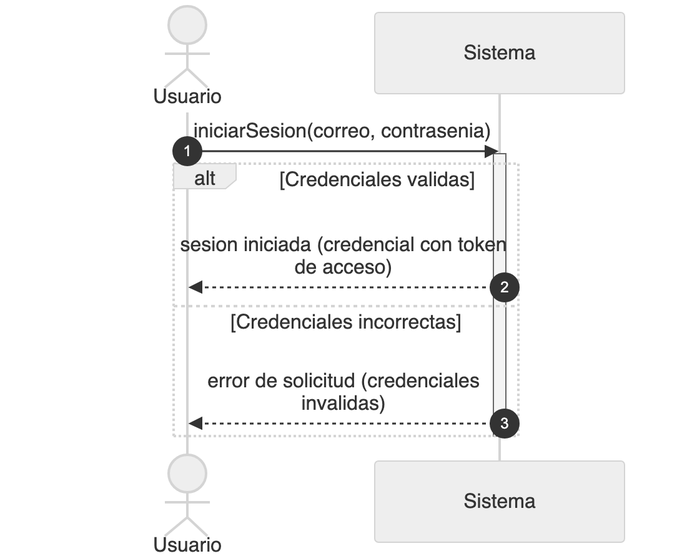
The Mermaid diagram diagramas/png/DSS_CU-001_Iniciar-Sesion.png in Nahuelito-Dev/splg-docs, before a commit. Its source is kept beside it as diagramas/DSS_CU-001_Iniciar-Sesion.mmd.
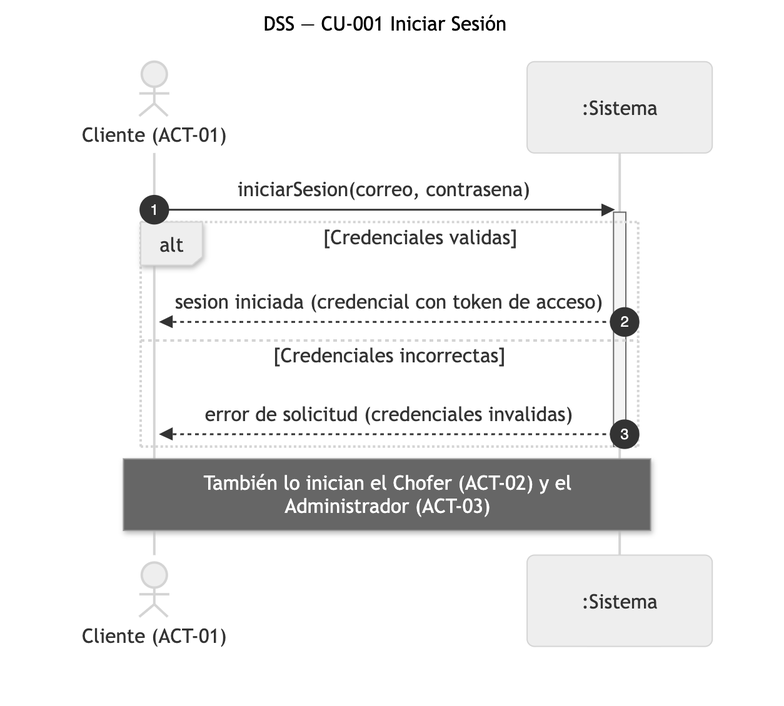
After the commit.

The edit, as a diff of the source:
```diff
@@ -1,10 +1,10 @@
 sequenceDiagram
-    title DSS — CU-001 Iniciar Sesion
+    title DSS — CU-001 Iniciar Sesión
     autonumber
-    actor USR as Usuario
-    participant SIS as Sistema
+    actor USR as Cliente (ACT-01)
+    participant SIS as :Sistema
 
-    USR->>SIS: iniciarSesion(correo, contrasenia)
+    USR->>SIS: iniciarSesion(correo, contrasena)
     activate SIS
     alt Credenciales validas
         SIS-->>USR: sesion iniciada (credencial con token de acceso)
@@ -12,3 +12,4 @@
         SIS-->>USR: error de solicitud (credenciales invalidas)
     end
     deactivate SIS
+    Note over USR,SIS: También lo inician el Chofer (ACT-02) y el<br/>Administrador (ACT-03)
```
